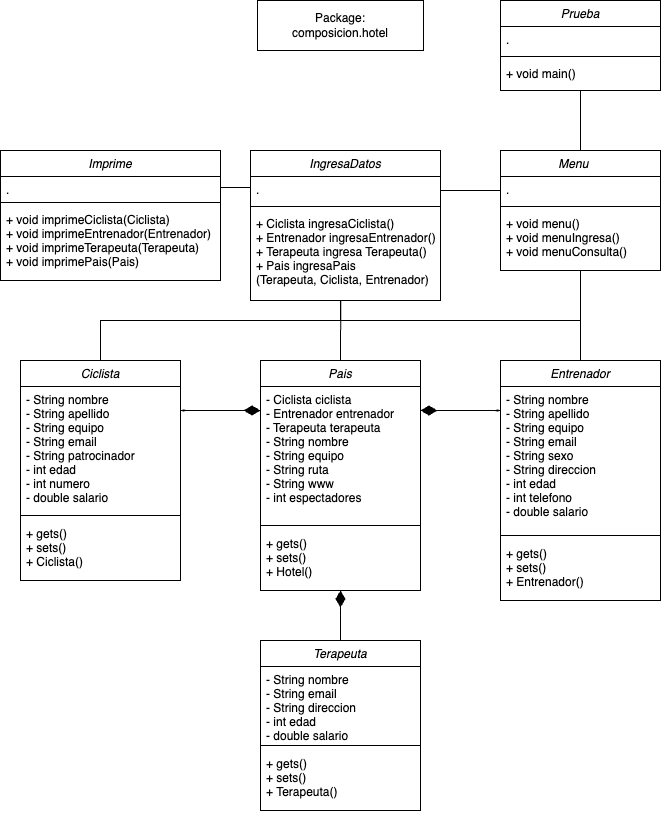
lualcu/Coding keeps this draw.io diagram as OOP_C_2025/src/composicion/Diagramas/evaluacion.png. Above is the earlier version. Source tidied: cells renumbered, new cells last; positions are measured from the earlier drawing's top-left corner, leaving out a move shared by most shapes.
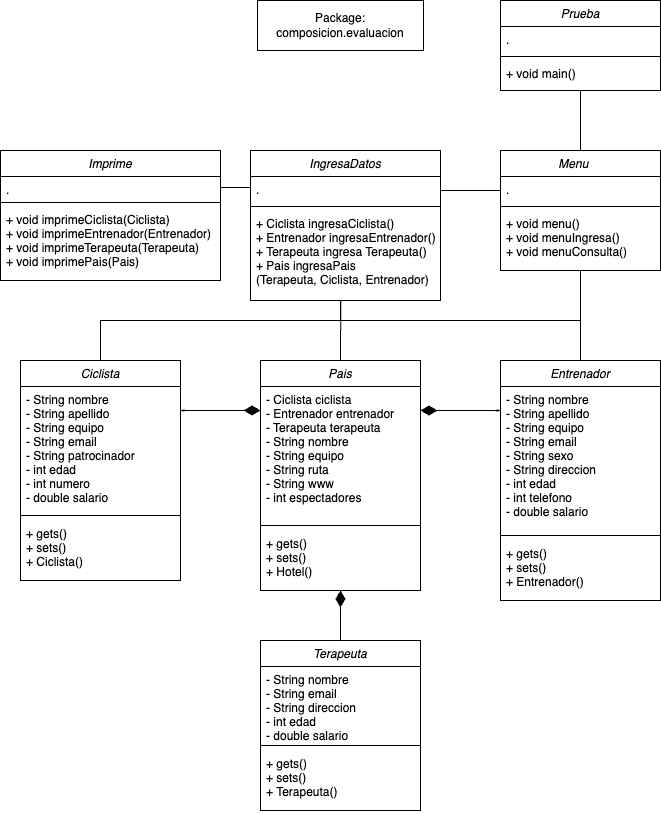
After the commit.

Change to the diagram source:
```diff
@@ -26,7 +26,7 @@
     <mxCell id="9" value="+ gets()&#10;+ sets()&#10;+ Hotel()" style="text;align=left;verticalAlign=top;spacingLeft=4;spacingRight=4;overflow=hidden;points=[[0,0.5],[1,0.5]];portConstraint=eastwest;" parent="6" vertex="1">
       <mxGeometry y="170" width="160" height="60" as="geometry" />
     </mxCell>
-    <mxCell id="10" value="Package:&lt;div&gt;composicion.hotel&lt;/div&gt;" style="html=1;whiteSpace=wrap;" parent="1" vertex="1">
+    <mxCell id="10" value="Package:&lt;div&gt;composicion.evaluacion&lt;/div&gt;" style="html=1;whiteSpace=wrap;" parent="1" vertex="1">
       <mxGeometry x="257" width="166" height="50" as="geometry" />
     </mxCell>
     <mxCell id="11" value="Entrenador" style="swimlane;fontStyle=2;align=center;verticalAlign=top;horizontal=1;startSize=26;rounded=0;shadow=0;strokeWidth=1;strokeColor=default;fontFamily=Helvetica;fontSize=12;fontColor=default;fillColor=default;" parent="1" vertex="1">
```
